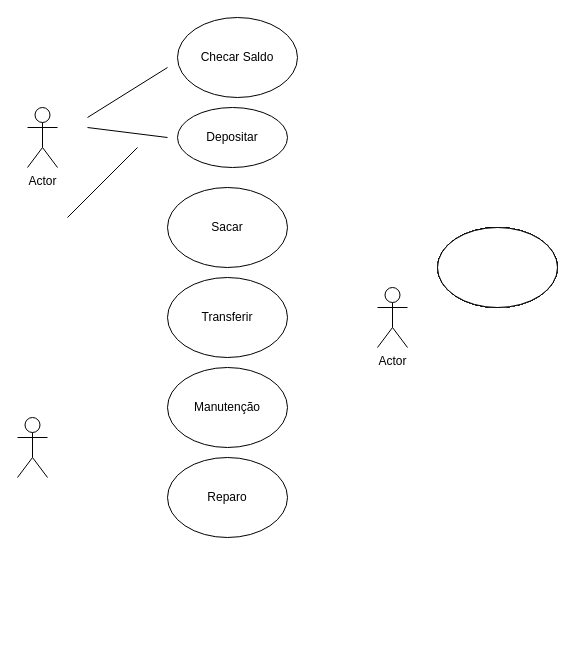
Above: page "Página-2" (2 of 2) of Diagrama sem nome.drawio in Yariwake2/diagramaderequisitos (draw.io), before the change. Source tidied: cells renumbered, new cells numbered last; positions are measured from the earlier drawing's top-left corner, leaving out a move shared by most shapes. Both pictures are drawn from the tidied source at 100%, with x=0, y=0 at pixel (17, 17).
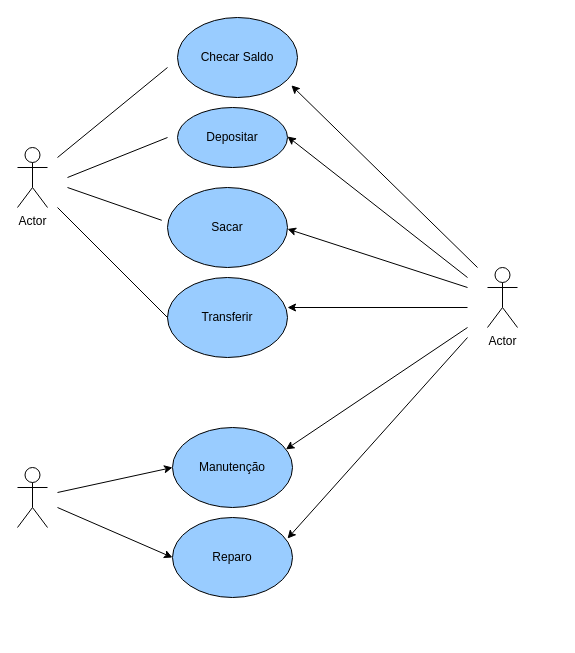
The same page after the edit.

The edit, as a diff of the source:
```diff
@@
     <mxCell id="2" value="Actor" style="shape=umlActor;verticalLabelPosition=bottom;verticalAlign=top;html=1;" parent="1" vertex="1">
-      <mxGeometry x="10" y="90" width="30" height="60" as="geometry" />
+      <mxGeometry y="130" width="30" height="60" as="geometry" />
     </mxCell>
     <mxCell id="3" value="&lt;br&gt;&lt;div&gt;&lt;br&gt;&lt;/div&gt;&lt;div&gt;&lt;br&gt;&lt;/div&gt;&lt;div&gt;&lt;br&gt;&lt;/div&gt;&lt;div&gt;&lt;br&gt;&lt;/div&gt;&lt;div&gt;&lt;br&gt;&lt;/div&gt;&lt;div&gt;&lt;br&gt;&lt;/div&gt;" style="shape=umlActor;verticalLabelPosition=bottom;verticalAlign=top;html=1;" parent="1" vertex="1">
-      <mxGeometry y="400" width="30" height="60" as="geometry" />
+      <mxGeometry y="450" width="30" height="60" as="geometry" />
     </mxCell>
-    <mxCell id="4" value="Checar Saldo" style="ellipse;whiteSpace=wrap;html=1;" parent="1" vertex="1">
+    <mxCell id="4" value="Checar Saldo" style="ellipse;whiteSpace=wrap;html=1;fillColor=light-dark(#99CCFF,var(--ge-dark-color, #121212));" parent="1" vertex="1">
       <mxGeometry x="160" width="120" height="80" as="geometry" />
     </mxCell>
-    <mxCell id="5" value="Depositar" style="ellipse;whiteSpace=wrap;html=1;" parent="1" vertex="1">
+    <mxCell id="5" value="Depositar" style="ellipse;whiteSpace=wrap;html=1;fillColor=light-dark(#99CCFF,var(--ge-dark-color, #121212));" parent="1" vertex="1">
       <mxGeometry x="160" y="90" width="110" height="60" as="geometry" />
     </mxCell>
-    <mxCell id="6" style="ellipse;whiteSpace=wrap;html=1;" parent="1" vertex="1">
-      <mxGeometry x="420" y="210" width="120" height="80" as="geometry" />
-    </mxCell>
-    <mxCell id="7" style="ellipse;whiteSpace=wrap;html=1;" parent="1" vertex="1">
-      <mxGeometry x="420" y="210" width="120" height="80" as="geometry" />
-    </mxCell>
-    <mxCell id="8" style="ellipse;whiteSpace=wrap;html=1;" parent="1" vertex="1">
-      <mxGeometry x="420" y="210" width="120" height="80" as="geometry" />
-    </mxCell>
-    <mxCell id="9" style="ellipse;whiteSpace=wrap;html=1;" parent="1" vertex="1">
-      <mxGeometry x="420" y="210" width="120" height="80" as="geometry" />
-    </mxCell>
-    <mxCell id="10" style="ellipse;whiteSpace=wrap;html=1;" parent="1" vertex="1">
-      <mxGeometry x="420" y="210" width="120" height="80" as="geometry" />
-    </mxCell>
-    <mxCell id="11" style="ellipse;whiteSpace=wrap;html=1;" parent="1" vertex="1">
-      <mxGeometry x="420" y="210" width="120" height="80" as="geometry" />
-    </mxCell>
-    <mxCell id="12" style="ellipse;whiteSpace=wrap;html=1;" parent="1" vertex="1">
-      <mxGeometry x="420" y="210" width="120" height="80" as="geometry" />
-    </mxCell>
-    <mxCell id="13" style="ellipse;whiteSpace=wrap;html=1;" parent="1" vertex="1">
-      <mxGeometry x="420" y="210" width="120" height="80" as="geometry" />
-    </mxCell>
-    <mxCell id="14" value="Transferir" style="ellipse;whiteSpace=wrap;html=1;" parent="1" vertex="1">
+    <mxCell id="14" value="Transferir" style="ellipse;whiteSpace=wrap;html=1;fillColor=light-dark(#99CCFF,var(--ge-dark-color, #121212));" parent="1" vertex="1">
       <mxGeometry x="150" y="260" width="120" height="80" as="geometry" />
     </mxCell>
-    <mxCell id="15" value="Manutenção" style="ellipse;whiteSpace=wrap;html=1;" parent="1" vertex="1">
-      <mxGeometry x="150" y="350" width="120" height="80" as="geometry" />
+    <mxCell id="15" value="Manutenção" style="ellipse;whiteSpace=wrap;html=1;fillColor=light-dark(#99CCFF,var(--ge-dark-color, #121212));" parent="1" vertex="1">
+      <mxGeometry x="155" y="410" width="120" height="80" as="geometry" />
     </mxCell>
-    <mxCell id="16" value="Sacar" style="ellipse;whiteSpace=wrap;html=1;" parent="1" vertex="1">
+    <mxCell id="16" value="Sacar" style="ellipse;whiteSpace=wrap;html=1;fillColor=light-dark(#99CCFF,var(--ge-dark-color, #121212));" parent="1" vertex="1">
       <mxGeometry x="150" y="170" width="120" height="80" as="geometry" />
     </mxCell>
-    <mxCell id="17" value="Reparo" style="ellipse;whiteSpace=wrap;html=1;" parent="1" vertex="1">
-      <mxGeometry x="150" y="440" width="120" height="80" as="geometry" />
+    <mxCell id="17" value="Reparo" style="ellipse;whiteSpace=wrap;html=1;fillColor=light-dark(#99CCFF,var(--ge-dark-color, #121212));" parent="1" vertex="1">
+      <mxGeometry x="155" y="500" width="120" height="80" as="geometry" />
     </mxCell>
     <mxCell id="18" value="Actor" style="shape=umlActor;verticalLabelPosition=bottom;verticalAlign=top;html=1;" parent="1" vertex="1">
-      <mxGeometry x="360" y="270" width="30" height="60" as="geometry" />
+      <mxGeometry x="470" y="250" width="30" height="60" as="geometry" />
     </mxCell>
     <mxCell id="19" style="endArrow=none;html=1;rounded=0;" parent="1" edge="1">
       <mxGeometry relative="1" as="geometry">
-        <mxPoint x="70" y="100" as="sourcePoint" />
+        <mxPoint x="40" y="140" as="sourcePoint" />
         <mxPoint x="150" y="50" as="targetPoint" />
       </mxGeometry>
     </mxCell>
     <mxCell id="20" style="endArrow=none;html=1;rounded=0;" parent="1" edge="1">
       <mxGeometry relative="1" as="geometry">
-        <mxPoint x="70" y="110" as="sourcePoint" />
+        <mxPoint x="50" y="160" as="sourcePoint" />
         <mxPoint x="150" y="120" as="targetPoint" />
       </mxGeometry>
     </mxCell>
-    <mxCell id="21" style="endArrow=none;html=1;rounded=0;" parent="1" edge="1">
-      <mxGeometry relative="1" as="geometry">
-        <mxPoint x="50" y="200" as="sourcePoint" />
-        <mxPoint x="100" y="150" as="targetPoint" />
-      </mxGeometry>
-    </mxCell>
-    <mxCell id="22" style="endArrow=none;html=1;rounded=0;" parent="1" edge="1">
-      <mxGeometry relative="1" as="geometry">
-        <mxPoint x="70" y="180" as="sourcePoint" />
-        <mxPoint x="120" y="130" as="targetPoint" />
-      </mxGeometry>
-    </mxCell>
+    <mxCell id="23" style="endArrow=none;html=1;rounded=0;entryX=-0.048;entryY=0.41;entryDx=0;entryDy=0;entryPerimeter=0;" parent="1" edge="1" target="16">
+      <mxGeometry relative="1" as="geometry">
+        <mxPoint x="50" y="170" as="sourcePoint" />
+      </mxGeometry>
+    </mxCell>
+    <mxCell id="24" style="endArrow=none;html=1;rounded=0;entryX=0;entryY=0.5;entryDx=0;entryDy=0;" parent="1" edge="1" target="14">
+      <mxGeometry relative="1" as="geometry">
+        <mxPoint x="40" y="190" as="sourcePoint" />
+      </mxGeometry>
+    </mxCell>
+    <mxCell id="25" style="endArrow=classic;html=1;rounded=0;entryX=0;entryY=0.5;entryDx=0;entryDy=0;" parent="1" edge="1" target="15">
+      <mxGeometry relative="1" as="geometry">
+        <mxPoint x="40" y="475" as="sourcePoint" />
+      </mxGeometry>
+    </mxCell>
+    <mxCell id="26" style="endArrow=classic;html=1;rounded=0;entryX=0;entryY=0.5;entryDx=0;entryDy=0;" parent="1" edge="1" target="17">
+      <mxGeometry relative="1" as="geometry">
+        <mxPoint x="40" y="490" as="sourcePoint" />
+      </mxGeometry>
+    </mxCell>
+    <mxCell id="27" style="endArrow=classic;html=1;rounded=0;entryX=0.945;entryY=0.274;entryDx=0;entryDy=0;entryPerimeter=0;" parent="1" edge="1" target="15">
+      <mxGeometry relative="1" as="geometry">
+        <mxPoint x="450" y="310" as="sourcePoint" />
+      </mxGeometry>
+    </mxCell>
+    <mxCell id="28" style="endArrow=classic;html=1;rounded=0;entryX=0.945;entryY=0.274;entryDx=0;entryDy=0;entryPerimeter=0;" parent="1" edge="1">
+      <mxGeometry relative="1" as="geometry">
+        <mxPoint x="450" y="320" as="sourcePoint" />
+        <mxPoint x="270" y="521" as="targetPoint" />
+      </mxGeometry>
+    </mxCell>
+    <mxCell id="29" style="endArrow=classic;html=1;rounded=0;entryX=0.949;entryY=0.848;entryDx=0;entryDy=0;entryPerimeter=0;" parent="1" edge="1" target="4">
+      <mxGeometry relative="1" as="geometry">
+        <mxPoint x="460" y="250" as="sourcePoint" />
+      </mxGeometry>
+    </mxCell>
+    <mxCell id="30" style="endArrow=classic;html=1;rounded=0;entryX=0.949;entryY=0.848;entryDx=0;entryDy=0;entryPerimeter=0;" parent="1" edge="1">
+      <mxGeometry relative="1" as="geometry">
+        <mxPoint x="450" y="260" as="sourcePoint" />
+        <mxPoint x="270" y="119" as="targetPoint" />
+      </mxGeometry>
+    </mxCell>
+    <mxCell id="31" style="endArrow=classic;html=1;rounded=0;entryX=0.949;entryY=0.848;entryDx=0;entryDy=0;entryPerimeter=0;" parent="1" edge="1">
+      <mxGeometry relative="1" as="geometry">
+        <mxPoint x="450" y="270" as="sourcePoint" />
+        <mxPoint x="270" y="211.5" as="targetPoint" />
+      </mxGeometry>
+    </mxCell>
+    <mxCell id="32" style="endArrow=classic;html=1;rounded=0;entryX=0.949;entryY=0.848;entryDx=0;entryDy=0;entryPerimeter=0;" parent="1" edge="1">
+      <mxGeometry relative="1" as="geometry">
+        <mxPoint x="450" y="290" as="sourcePoint" />
+        <mxPoint x="270" y="290" as="targetPoint" />
+      </mxGeometry>
+    </mxCell>
```
